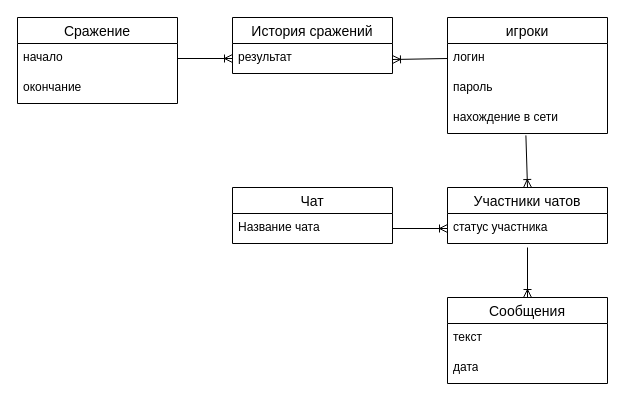
Earlier version of the draw.io diagram Диаграмма без названия.drawio (BMSTU2024/-). Source tidied: cells renumbered, new cells numbered last; positions are measured from the earlier drawing's top-left corner, leaving out a move shared by most shapes. Both pictures are drawn from the tidied source at 100%, with x=0, y=0 at pixel (17, 17).
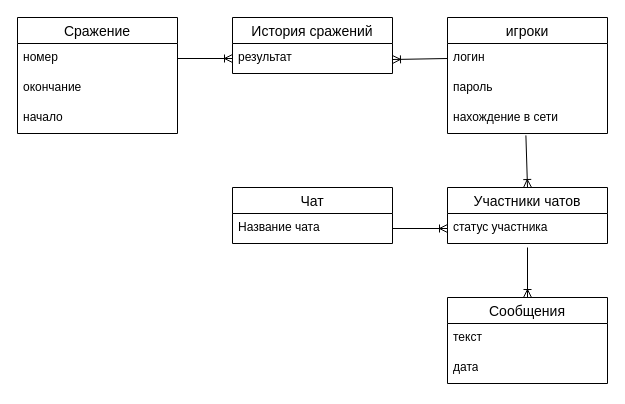
The same diagram, later.

What changed in the source:
```diff
@@
     <mxCell id="6" value="Сражение" style="swimlane;fontStyle=0;horizontal=1;startSize=26;align=center;fontSize=14;" parent="1" vertex="1">
-      <mxGeometry width="160" height="86" as="geometry" />
+      <mxGeometry width="160" height="116" as="geometry" />
     </mxCell>
-    <mxCell id="7" value="начало" style="text;strokeColor=none;fillColor=none;spacingLeft=4;spacingRight=4;overflow=hidden;points=[[0,0.5],[1,0.5]];portConstraint=eastwest;fontSize=12;whiteSpace=wrap;html=1;" parent="6" vertex="1">
+    <mxCell id="7" value="номер" style="text;strokeColor=none;fillColor=none;spacingLeft=4;spacingRight=4;overflow=hidden;points=[[0,0.5],[1,0.5]];portConstraint=eastwest;fontSize=12;whiteSpace=wrap;html=1;" parent="6" vertex="1">
       <mxGeometry y="26" width="160" height="30" as="geometry" />
     </mxCell>
@@
+    <mxCell id="23" value="начало" style="text;strokeColor=none;fillColor=none;spacingLeft=4;spacingRight=4;overflow=hidden;fontSize=12;whiteSpace=wrap;html=1;" parent="6" vertex="1">
+      <mxGeometry y="86" width="160" height="30" as="geometry" />
+    </mxCell>
```
